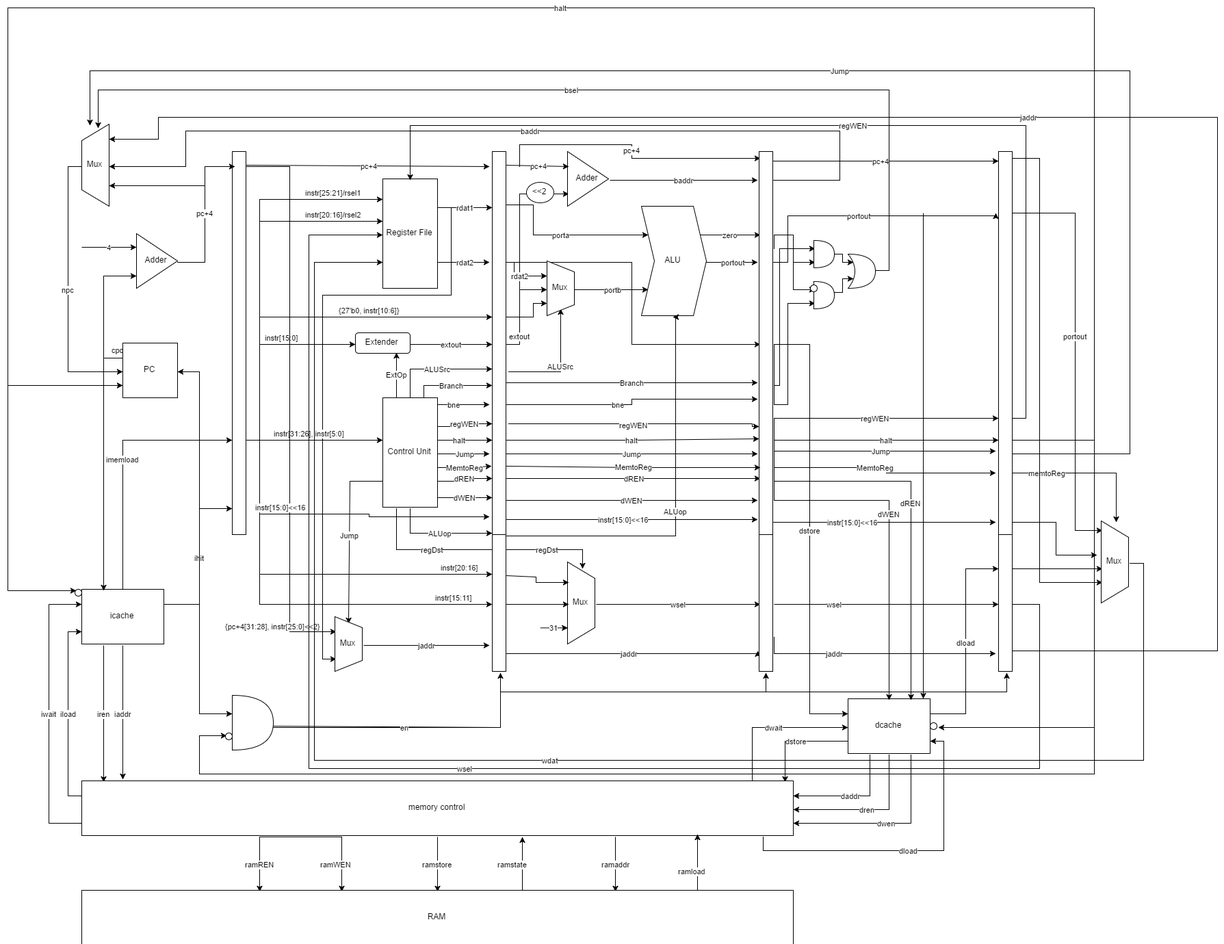
JusticeWarrior/Processors keeps this draw.io diagram as PipelineProcessor.png. Above is the earlier version. Source tidied: cells renumbered, new cells last; positions are measured from the earlier drawing's top-left corner, leaving out a move shared by most shapes.
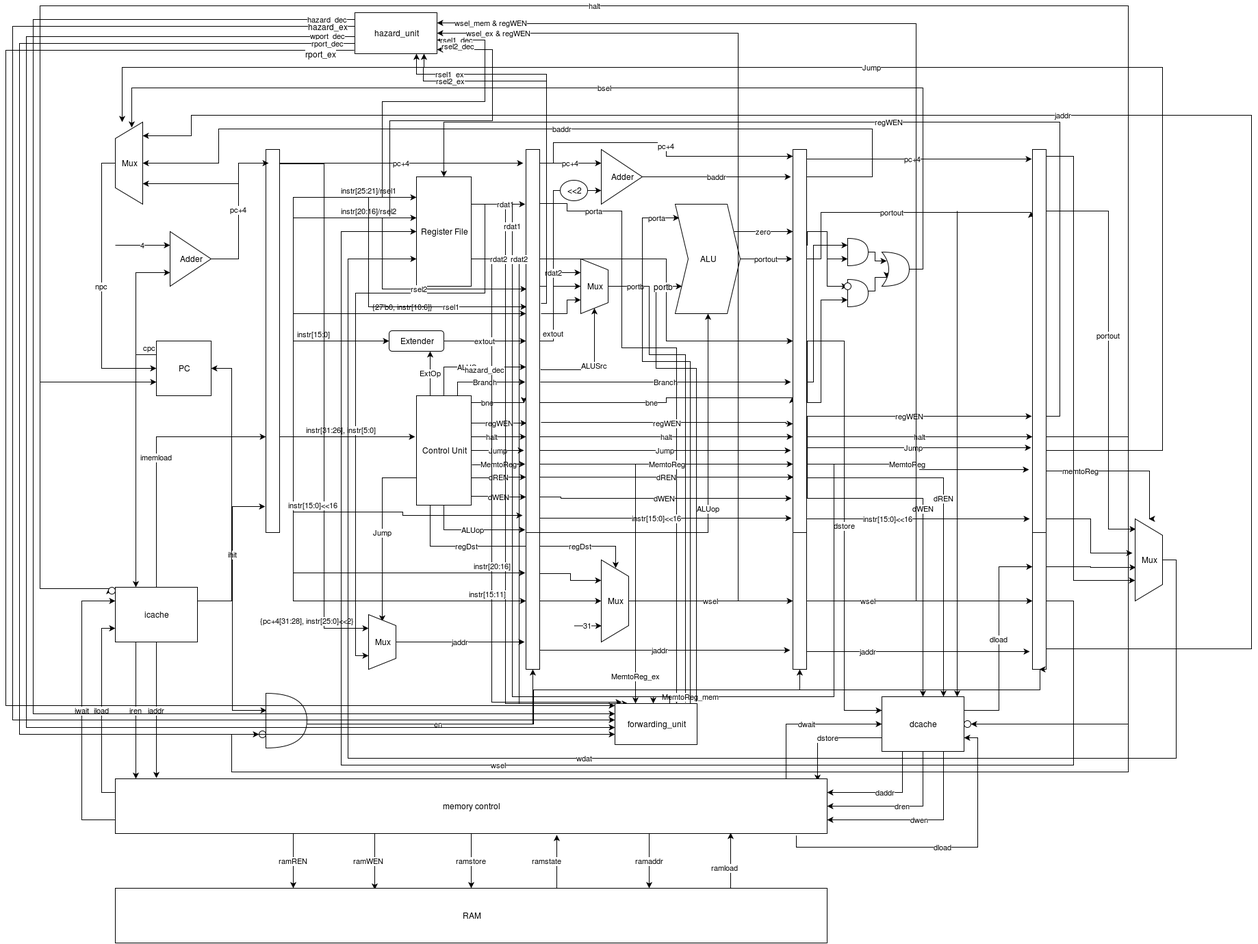
Later version of the same file.

What changed in the source:
```diff
@@ -194,11 +194,21 @@
     <mxCell id="40" value="Control Unit" style="whiteSpace=wrap;html=1;" parent="1" vertex="1">
       <mxGeometry x="550" y="570" width="80" height="160" as="geometry" />
     </mxCell>
-    <mxCell id="41" value="rdat1" style="edgeStyle=orthogonalEdgeStyle;rounded=0;html=1;exitX=1;exitY=0.25;entryX=-0.05;entryY=0.143;entryPerimeter=0;jettySize=auto;" parent="1" edge="1" source="44" target="77">
-      <mxGeometry relative="1" as="geometry" />
+    <mxCell id="41" value="rdat1" style="edgeStyle=orthogonalEdgeStyle;rounded=0;html=1;exitX=1;exitY=0.25;entryX=0.156;entryY=0.006;entryPerimeter=0;jettySize=auto;" parent="1" edge="1" source="44" target="161">
+      <mxGeometry x="-0.9" relative="1" as="geometry">
+        <Array as="points">
+          <mxPoint x="680" y="290" />
+          <mxPoint x="680" y="1020" />
+        </Array>
+      </mxGeometry>
     </mxCell>
-    <mxCell id="42" value="rdat2" style="edgeStyle=orthogonalEdgeStyle;rounded=0;html=1;exitX=1;exitY=0.75;entryX=-0.15;entryY=0.286;entryPerimeter=0;jettySize=auto;" parent="1" edge="1" source="44" target="77">
-      <mxGeometry relative="1" as="geometry" />
+    <mxCell id="42" value="rdat2" style="edgeStyle=orthogonalEdgeStyle;rounded=0;html=1;exitX=1;exitY=0.75;entryX=0.083;entryY=-0.033;entryPerimeter=0;jettySize=auto;" parent="1" edge="1" source="44" target="161">
+      <mxGeometry x="-0.93" y="10" relative="1" as="geometry">
+        <Array as="points">
+          <mxPoint x="660" y="370" />
+          <mxPoint x="660" y="1018" />
+        </Array>
+      </mxGeometry>
     </mxCell>
     <mxCell id="43" style="edgeStyle=orthogonalEdgeStyle;rounded=0;html=1;exitX=1;exitY=0.25;entryX=0.75;entryY=1;jettySize=auto;" parent="1" edge="1" source="44" target="130">
       <mxGeometry relative="1" as="geometry">
@@ -337,14 +347,24 @@
         </Array>
       </mxGeometry>
     </mxCell>
-    <mxCell id="65" value="portb" style="edgeStyle=orthogonalEdgeStyle;rounded=0;html=1;entryX=0.1;entryY=0.75;entryPerimeter=0;jettySize=auto;" parent="1" edge="1" source="121" target="47">
-      <mxGeometry relative="1" as="geometry" />
+    <mxCell id="65" value="portb" style="edgeStyle=orthogonalEdgeStyle;rounded=0;html=1;entryX=0.861;entryY=-0.024;entryPerimeter=0;jettySize=auto;" parent="1" edge="1" source="121" target="161">
+      <mxGeometry x="-0.89" relative="1" as="geometry">
+        <Array as="points">
+          <mxPoint x="890" y="410" />
+          <mxPoint x="890" y="510" />
+          <mxPoint x="943" y="510" />
+        </Array>
+      </mxGeometry>
     </mxCell>
-    <mxCell id="66" value="porta" style="edgeStyle=orthogonalEdgeStyle;rounded=0;html=1;exitX=0.871;exitY=0.141;entryX=0.1;entryY=0.25;entryPerimeter=0;jettySize=auto;exitPerimeter=0;" parent="1" edge="1" source="77" target="47">
-      <mxGeometry relative="1" as="geometry">
+    <mxCell id="66" value="porta" style="edgeStyle=orthogonalEdgeStyle;rounded=0;html=1;exitX=0.871;exitY=0.141;jettySize=auto;exitPerimeter=0;" parent="1" edge="1" source="77">
+      <mxGeometry x="-0.8" relative="1" as="geometry">
+        <mxPoint x="930" y="1020" as="targetPoint" />
         <Array as="points">
           <mxPoint x="770" y="289" />
-          <mxPoint x="770" y="330" />
+          <mxPoint x="770" y="300" />
+          <mxPoint x="850" y="300" />
+          <mxPoint x="850" y="500" />
+          <mxPoint x="930" y="500" />
         </Array>
       </mxGeometry>
     </mxCell>
@@ -906,5 +926,208 @@
     <mxCell id="155" style="ellipse;whiteSpace=wrap;html=1;" parent="1" vertex="1">
       <mxGeometry x="320" y="1060" width="10" height="10" as="geometry" />
     </mxCell>
+    <mxCell id="156" value="hazard_unit" style="whiteSpace=wrap;html=1;" parent="1" vertex="1">
+      <mxGeometry x="460" y="10" width="120" height="60" as="geometry" />
+    </mxCell>
+    <mxCell id="157" value="rsel1_dec" style="endArrow=classic;html=1;entryX=1;entryY=0.667;rounded=0;entryPerimeter=0;" parent="1" edge="1" target="156">
+      <mxGeometry x="0.87" relative="1" as="geometry">
+        <mxPoint x="500" y="280" as="sourcePoint" />
+        <Array as="points">
+          <mxPoint x="500" y="140" />
+          <mxPoint x="650" y="140" />
+          <mxPoint x="650" y="50" />
+        </Array>
+      </mxGeometry>
+    </mxCell>
+    <mxCell id="158" value="rsel2_dec&lt;br&gt;" style="endArrow=classic;html=1;entryX=1.003;entryY=0.903;rounded=0;entryPerimeter=0;" parent="1" edge="1" target="156">
+      <mxGeometry as="geometry">
+        <mxPoint x="511" y="308" as="sourcePoint" />
+        <Array as="points">
+          <mxPoint x="511" y="168" />
+          <mxPoint x="661" y="168" />
+          <mxPoint x="661" y="64" />
+        </Array>
+        <mxPoint x="65" y="-127" as="offset" />
+      </mxGeometry>
+    </mxCell>
+    <mxCell id="159" value="wsel_ex &amp;amp; regWEN&lt;br&gt;" style="edgeStyle=segmentEdgeStyle;endArrow=classic;html=1;rounded=0;" parent="1" edge="1">
+      <mxGeometry x="0.86" relative="1" as="geometry">
+        <mxPoint x="1020" y="870" as="sourcePoint" />
+        <mxPoint x="580" y="40" as="targetPoint" />
+        <Array as="points">
+          <mxPoint x="1020" y="40" />
+        </Array>
+      </mxGeometry>
+    </mxCell>
+    <mxCell id="160" value="wsel_mem &amp;amp; regWEN&lt;br&gt;" style="edgeStyle=segmentEdgeStyle;endArrow=classic;html=1;rounded=0;entryX=1;entryY=0.25;" parent="1" edge="1" target="156">
+      <mxGeometry x="0.9" y="-1" relative="1" as="geometry">
+        <mxPoint x="1240" y="870" as="sourcePoint" />
+        <Array as="points">
+          <mxPoint x="1280" y="870" />
+          <mxPoint x="1280" y="26" />
+          <mxPoint x="620" y="26" />
+        </Array>
+      </mxGeometry>
+    </mxCell>
+    <mxCell id="161" value="forwarding_unit" style="whiteSpace=wrap;html=1;" parent="1" vertex="1">
+      <mxGeometry x="840" y="1020" width="120" height="60" as="geometry" />
+    </mxCell>
+    <mxCell id="162" value="hazard_dec" style="edgeStyle=segmentEdgeStyle;endArrow=classic;html=1;entryX=0;entryY=0.25;rounded=0;" parent="1" edge="1" target="161">
+      <mxGeometry x="-0.96" relative="1" as="geometry">
+        <mxPoint x="460" y="10" as="sourcePoint" />
+        <Array as="points">
+          <mxPoint x="460" y="20" />
+          <mxPoint x="-10" y="20" />
+          <mxPoint x="-10" y="1035" />
+        </Array>
+      </mxGeometry>
+    </mxCell>
+    <mxCell id="163" value="wport_dec" style="edgeStyle=segmentEdgeStyle;endArrow=classic;html=1;exitX=0;exitY=0.25;entryX=0;entryY=0.25;rounded=0;" parent="1" edge="1">
+      <mxGeometry as="geometry">
+        <mxPoint x="460.3" y="45.3" as="sourcePoint" />
+        <mxPoint x="840.3" y="1055.3" as="targetPoint" />
+        <Array as="points">
+          <mxPoint x="-20" y="45" />
+          <mxPoint x="-20" y="1055" />
+        </Array>
+        <mxPoint x="-230" y="-506" as="offset" />
+      </mxGeometry>
+    </mxCell>
+    <mxCell id="164" value="rport_dec" style="edgeStyle=segmentEdgeStyle;endArrow=classic;html=1;exitX=0;exitY=0.25;entryX=0;entryY=0.25;rounded=0;" parent="1" edge="1">
+      <mxGeometry as="geometry">
+        <mxPoint x="460.3" y="55.3" as="sourcePoint" />
+        <mxPoint x="840.3" y="1065.3" as="targetPoint" />
+        <Array as="points">
+          <mxPoint x="-30" y="55" />
+          <mxPoint x="-30" y="1065" />
+        </Array>
+        <mxPoint x="-230" y="-505" as="offset" />
+      </mxGeometry>
+    </mxCell>
+    <mxCell id="165" value="rsel1_ex" style="edgeStyle=segmentEdgeStyle;endArrow=classic;html=1;entryX=0.75;entryY=1;exitX=1.079;exitY=0.402;exitPerimeter=0;rounded=0;" parent="1" edge="1" source="77" target="156">
+      <mxGeometry x="0.72" relative="1" as="geometry">
+        <Array as="points">
+          <mxPoint x="740" y="435" />
+          <mxPoint x="740" y="100" />
+          <mxPoint x="550" y="100" />
+        </Array>
+      </mxGeometry>
+    </mxCell>
+    <mxCell id="166" value="rsel2" style="edgeStyle=segmentEdgeStyle;endArrow=classic;html=1;entryX=0.025;entryY=0.364;entryPerimeter=0;rounded=0;" parent="1" edge="1" target="77">
+      <mxGeometry relative="1" as="geometry">
+        <mxPoint x="500" y="310" as="sourcePoint" />
+        <Array as="points">
+          <mxPoint x="500" y="414" />
+        </Array>
+      </mxGeometry>
+    </mxCell>
+    <mxCell id="167" value="rsel1" style="edgeStyle=segmentEdgeStyle;endArrow=classic;html=1;rounded=0;" parent="1" edge="1">
+      <mxGeometry as="geometry">
+        <mxPoint x="480" y="280" as="sourcePoint" />
+        <mxPoint x="711" y="440" as="targetPoint" />
+        <Array as="points">
+          <mxPoint x="480" y="440" />
+          <mxPoint x="711" y="440" />
+        </Array>
+        <mxPoint x="5" y="80" as="offset" />
+      </mxGeometry>
+    </mxCell>
+    <mxCell id="168" value="rsel2_ex" style="edgeStyle=segmentEdgeStyle;endArrow=classic;html=1;exitX=1.01;exitY=0.357;exitPerimeter=0;rounded=0;entryX=0.844;entryY=1;entryPerimeter=0;" parent="1" edge="1" source="77" target="156">
+      <mxGeometry as="geometry">
+        <Array as="points">
+          <mxPoint x="740" y="410" />
+          <mxPoint x="740" y="110" />
+          <mxPoint x="560" y="110" />
+          <mxPoint x="560" y="90" />
+          <mxPoint x="561" y="90" />
+        </Array>
+        <mxPoint x="-46" y="-130" as="offset" />
+      </mxGeometry>
+    </mxCell>
+    <mxCell id="169" value="MemtoReg_ex" style="edgeStyle=segmentEdgeStyle;endArrow=classic;html=1;entryX=0.25;entryY=0;" parent="1" edge="1" target="161">
+      <mxGeometry x="0.77" relative="1" as="geometry">
+        <mxPoint x="870" y="670" as="sourcePoint" />
+      </mxGeometry>
+    </mxCell>
+    <mxCell id="170" value="MemtoReg_mem" style="edgeStyle=segmentEdgeStyle;endArrow=classic;html=1;entryX=0.464;entryY=-0.004;entryPerimeter=0;rounded=0;" parent="1" edge="1" target="161">
+      <mxGeometry x="0.79" relative="1" as="geometry">
+        <mxPoint x="1160" y="670" as="sourcePoint" />
+        <Array as="points">
+          <mxPoint x="1160" y="1010" />
+          <mxPoint x="896" y="1010" />
+        </Array>
+      </mxGeometry>
+    </mxCell>
+    <mxCell id="171" value="hazard_dec" style="edgeStyle=segmentEdgeStyle;endArrow=classic;html=1;rounded=0;entryX=0;entryY=0.4;entryPerimeter=0;" parent="1" edge="1" target="161">
+      <mxGeometry x="-439.9" y="-270.1" as="geometry">
+        <mxPoint x="459.9" y="19.9" as="sourcePoint" />
+        <Array as="points">
+          <mxPoint x="460" y="30" />
+          <mxPoint x="-40" y="30" />
+          <mxPoint x="-40" y="1044" />
+        </Array>
+      </mxGeometry>
+    </mxCell>
+    <mxCell id="172" value="hazard_ex" style="text;html=1;align=center;verticalAlign=middle;labelBackgroundColor=#ffffff;" parent="171" vertex="1">
+      <mxGeometry relative="1" as="geometry">
+        <mxPoint x="460" y="-692" as="offset" />
+      </mxGeometry>
+    </mxCell>
+    <mxCell id="173" style="edgeStyle=segmentEdgeStyle;endArrow=classic;html=1;exitX=-0.006;exitY=0.912;exitPerimeter=0;entryX=0.003;entryY=0.057;entryPerimeter=0;rounded=0;" parent="1" edge="1" source="156" target="161">
+      <mxGeometry relative="1" as="geometry">
+        <Array as="points">
+          <mxPoint x="-50" y="65" />
+          <mxPoint x="-50" y="1023" />
+        </Array>
+      </mxGeometry>
+    </mxCell>
+    <mxCell id="174" value="rport_ex" style="text;html=1;align=center;verticalAlign=middle;labelBackgroundColor=#ffffff;direction=south;" parent="173" vertex="1">
+      <mxGeometry x="-0.97" y="1" relative="1" as="geometry">
+        <mxPoint x="-12" y="4" as="offset" />
+      </mxGeometry>
+    </mxCell>
+    <mxCell id="175" value="rdat1" style="edgeStyle=segmentEdgeStyle;endArrow=classic;html=1;rounded=0;" parent="1" edge="1">
+      <mxGeometry x="0.9" relative="1" as="geometry">
+        <mxPoint x="920" y="1020" as="sourcePoint" />
+        <mxPoint x="709" y="290" as="targetPoint" />
+        <Array as="points">
+          <mxPoint x="920" y="1010" />
+          <mxPoint x="690" y="1010" />
+          <mxPoint x="690" y="290" />
+          <mxPoint x="709" y="290" />
+        </Array>
+      </mxGeometry>
+    </mxCell>
+    <mxCell id="176" value="rdat2" style="edgeStyle=segmentEdgeStyle;endArrow=classic;html=1;exitX=0.75;exitY=0;entryX=0.1;entryY=0.291;entryPerimeter=0;rounded=0;" parent="1" edge="1" source="161" target="77">
+      <mxGeometry x="0.97" y="3" relative="1" as="geometry">
+        <Array as="points">
+          <mxPoint x="700" y="1020" />
+          <mxPoint x="700" y="373" />
+        </Array>
+      </mxGeometry>
+    </mxCell>
+    <mxCell id="177" value="porta" style="edgeStyle=segmentEdgeStyle;endArrow=classic;html=1;entryX=0.062;entryY=0.127;entryPerimeter=0;rounded=0;exitX=0.916;exitY=0.007;exitPerimeter=0;" parent="1" edge="1" source="161" target="47">
+      <mxGeometry x="0.92" relative="1" as="geometry">
+        <Array as="points">
+          <mxPoint x="950" y="520" />
+          <mxPoint x="880" y="520" />
+          <mxPoint x="880" y="310" />
+        </Array>
+      </mxGeometry>
+    </mxCell>
+    <mxCell id="178" style="edgeStyle=segmentEdgeStyle;endArrow=classic;html=1;exitX=0.992;exitY=-0.05;exitPerimeter=0;entryX=0.1;entryY=0.75;entryPerimeter=0;rounded=0;" parent="1" edge="1" source="161" target="47">
+      <mxGeometry relative="1" as="geometry">
+        <Array as="points">
+          <mxPoint x="959" y="530" />
+          <mxPoint x="900" y="530" />
+          <mxPoint x="900" y="410" />
+        </Array>
+      </mxGeometry>
+    </mxCell>
+    <mxCell id="179" value="portb" style="text;html=1;align=center;verticalAlign=middle;labelBackgroundColor=#ffffff;" parent="178" vertex="1">
+      <mxGeometry x="0.96" y="-2" relative="1" as="geometry">
+        <mxPoint x="-15" y="-2" as="offset" />
+      </mxGeometry>
+    </mxCell>
   </root>
 </mxGraphModel>
```
